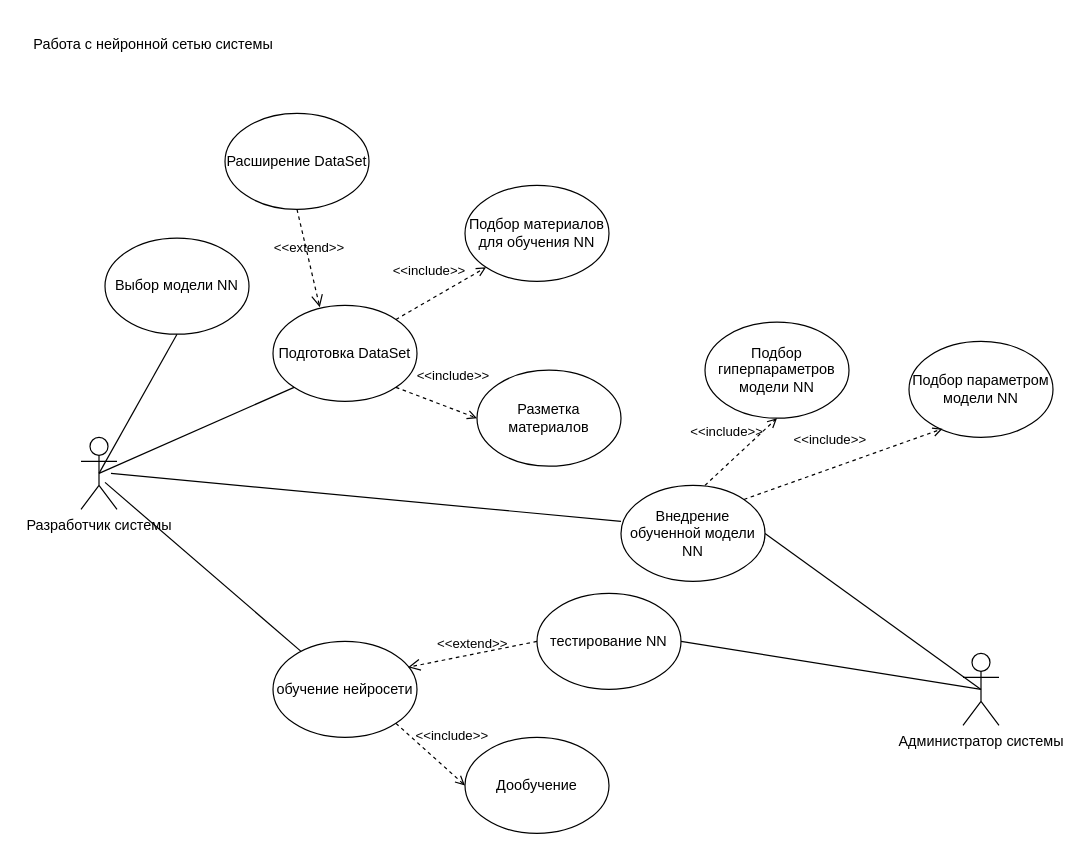
Before: page "UML диаграмма прецендентов" (5 of 9) of Диаграммы/UML_диаграммы.drawio in Cepheymusic/System-engineering, a draw.io diagram. Source tidied: cells renumbered, new cells numbered last; positions are measured from the earlier drawing's top-left corner, leaving out a move shared by most shapes. Both pictures are drawn from the tidied source at 120%, with x=0, y=0 at pixel (20, 26).
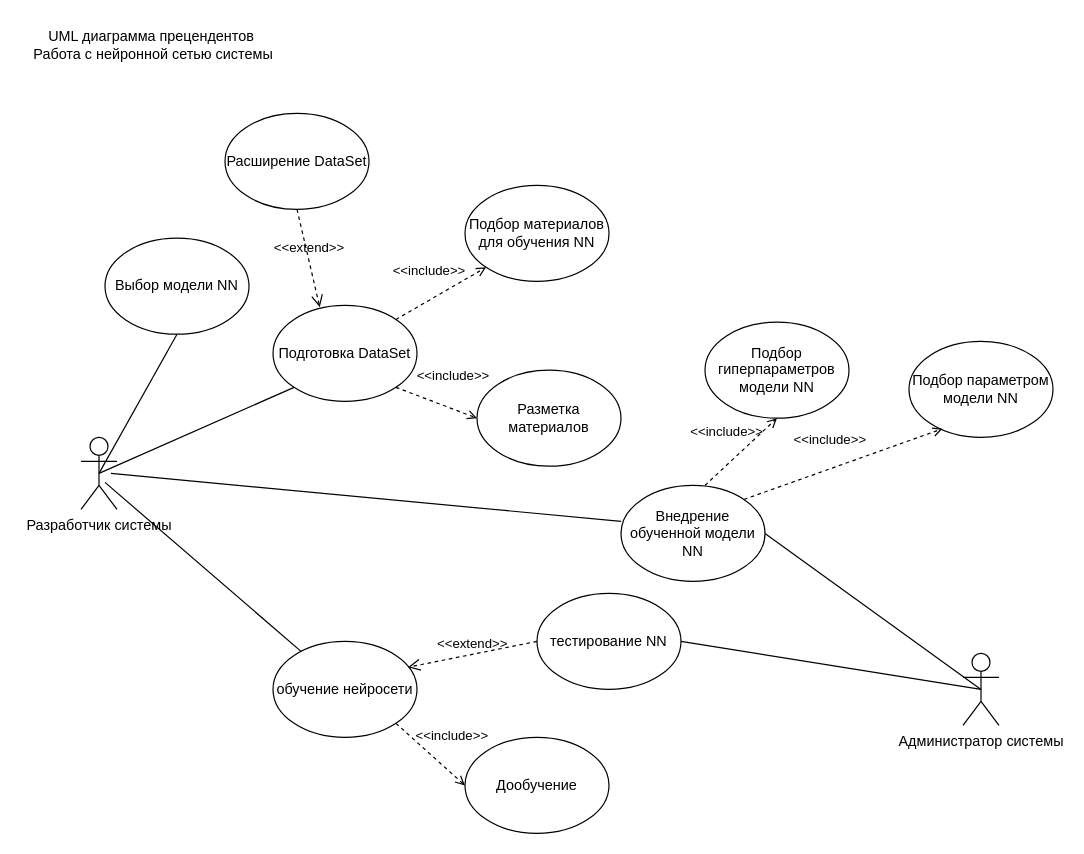
The same diagram, later.

Commit message (it also covers changes not shown here):
UML диаграмма преценд Actor - система

Change to the diagram source:
```diff
@@
-    <mxCell id="3" value="Работа с нейронной сетью системы" style="text;html=1;align=center;verticalAlign=middle;strokeColor=none;fillColor=none;" parent="1" vertex="1">
-      <mxGeometry width="220" height="30" as="geometry" />
+    <mxCell id="3" value="UML диаграмма прецендентов&amp;nbsp;&lt;div&gt;Работа с нейронной сетью системы&lt;/div&gt;" style="text;html=1;align=center;verticalAlign=middle;strokeColor=none;fillColor=none;" parent="1" vertex="1">
+      <mxGeometry y="-5" width="220" height="40" as="geometry" />
     </mxCell>
```
